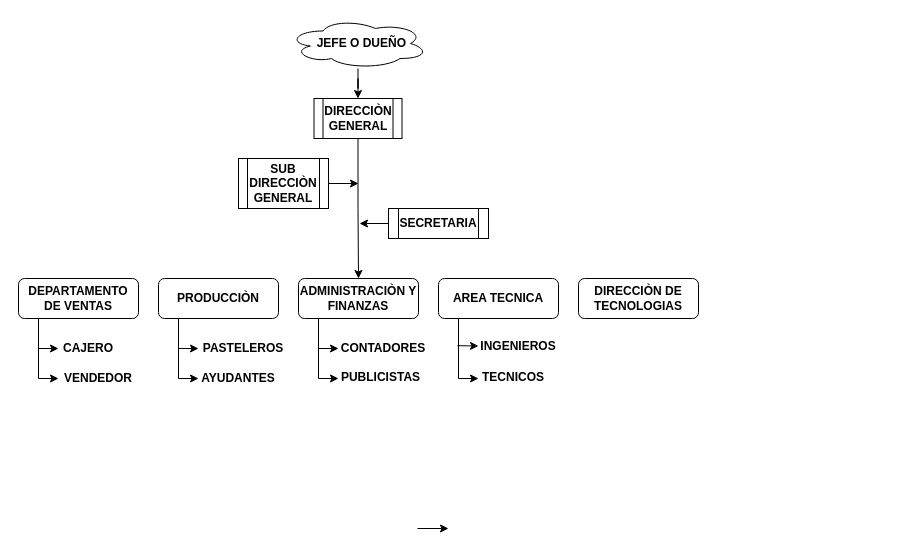
Before: EXPERIENCIAS.drawio in 74498402/Proyecto-Pagina-Web-Diagramas, a draw.io diagram. Source tidied: cells renumbered, new cells numbered last; positions are measured from the earlier drawing's top-left corner, leaving out a move shared by most shapes. Both pictures are drawn from the tidied source at 100%, with x=0, y=0 at pixel (18, 18).
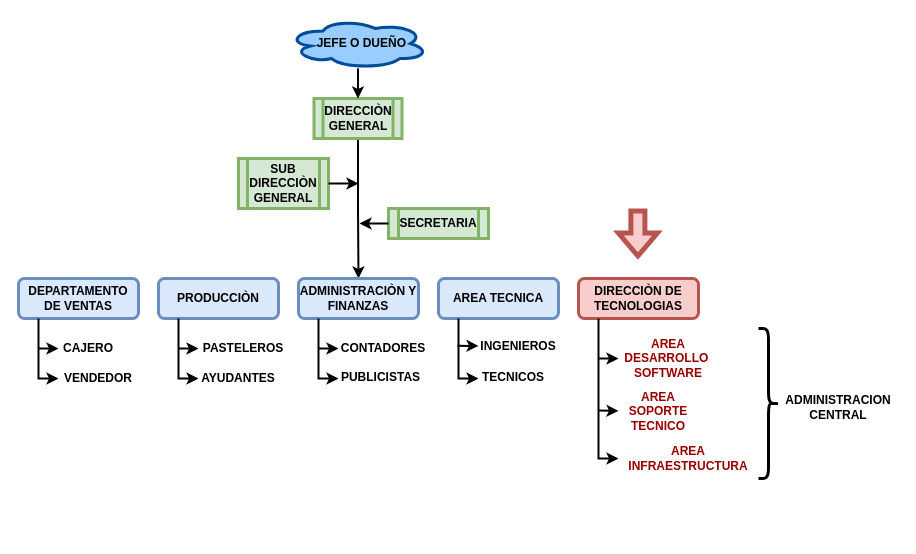
After the change.

The change refers to these unchanged cells:
```xml
<mxCell id="14" value="CONTADORES" style="text;html=1;strokeColor=none;fillColor=none;align=center;verticalAlign=middle;whiteSpace=wrap;rounded=0;fontSize=12;fontStyle=1;" parent="1" vertex="1">
  <mxGeometry x="320" y="315" width="90" height="30" as="geometry" />
</mxCell>
<mxCell id="16" value="CAJERO" style="text;html=1;strokeColor=none;fillColor=none;align=center;verticalAlign=middle;whiteSpace=wrap;rounded=0;fontSize=12;fontStyle=1;" parent="1" vertex="1">
  <mxGeometry x="40" y="315" width="60" height="30" as="geometry" />
</mxCell>
<mxCell id="17" value="VENDEDOR" style="text;html=1;strokeColor=none;fillColor=none;align=center;verticalAlign=middle;whiteSpace=wrap;rounded=0;fontSize=12;fontStyle=1;" parent="1" vertex="1">
  <mxGeometry x="40" y="342.5" width="80" height="35" as="geometry" />
</mxCell>
<mxCell id="23" value="PASTELEROS" style="text;html=1;strokeColor=none;fillColor=none;align=center;verticalAlign=middle;whiteSpace=wrap;rounded=0;fontSize=12;fontStyle=1;" parent="1" vertex="1">
  <mxGeometry x="180" y="315" width="90" height="30" as="geometry" />
</mxCell>
<mxCell id="26" value="INGENIEROS" style="text;html=1;strokeColor=none;fillColor=none;align=center;verticalAlign=middle;whiteSpace=wrap;rounded=0;fontSize=12;fontStyle=1;" parent="1" vertex="1">
  <mxGeometry x="460" y="312.5" width="80" height="30" as="geometry" />
</mxCell>
```

Diff of the diagram source:
```diff
@@
-    <mxCell id="2" style="edgeStyle=orthogonalEdgeStyle;rounded=0;jettySize=auto;html=1;exitX=0.5;exitY=1;exitDx=0;exitDy=0;entryX=0.5;entryY=0;entryDx=0;entryDy=0;fontSize=12;" parent="1" edge="1" source="3" target="10">
+    <mxCell id="2" style="edgeStyle=orthogonalEdgeStyle;rounded=0;jettySize=auto;html=1;exitX=0.5;exitY=1;exitDx=0;exitDy=0;entryX=0.5;entryY=0;entryDx=0;entryDy=0;fontSize=12;strokeWidth=2;" parent="1" edge="1" source="3" target="10">
       <mxGeometry relative="1" as="geometry" />
     </mxCell>
-    <mxCell id="3" value="&lt;font style=&quot;vertical-align: inherit; font-size: 12px;&quot;&gt;&lt;font style=&quot;vertical-align: inherit; font-size: 12px;&quot;&gt;DIRECCIÒN GENERAL&lt;/font&gt;&lt;/font&gt;" style="shape=process;whiteSpace=wrap;html=1;backgroundOutline=1;fontStyle=1;fontSize=12;" parent="1" vertex="1">
+    <mxCell id="3" value="&lt;font style=&quot;vertical-align: inherit; font-size: 12px;&quot;&gt;&lt;font style=&quot;vertical-align: inherit; font-size: 12px;&quot;&gt;DIRECCIÒN GENERAL&lt;/font&gt;&lt;/font&gt;" style="shape=process;whiteSpace=wrap;html=1;backgroundOutline=1;fontStyle=1;fontSize=12;fillColor=#d5e8d4;strokeColor=#82b366;strokeWidth=3;" parent="1" vertex="1">
       <mxGeometry x="295.5" y="80" width="88" height="40" as="geometry" />
     </mxCell>
-    <mxCell id="4" style="edgeStyle=orthogonalEdgeStyle;rounded=0;jettySize=auto;html=1;entryX=0.5;entryY=0;entryDx=0;entryDy=0;fontSize=12;" parent="1" edge="1" source="5" target="3">
+    <mxCell id="4" style="edgeStyle=orthogonalEdgeStyle;rounded=0;jettySize=auto;html=1;entryX=0.5;entryY=0;entryDx=0;entryDy=0;fontSize=12;strokeWidth=2;" parent="1" edge="1" source="5" target="3">
       <mxGeometry relative="1" as="geometry" />
     </mxCell>
-    <mxCell id="5" value="&lt;b&gt;&amp;nbsp; JEFE O DUEÑO&lt;/b&gt;" style="ellipse;shape=cloud;whiteSpace=wrap;html=1;" parent="1" vertex="1">
+    <mxCell id="5" value="&lt;b&gt;&amp;nbsp; JEFE O DUEÑO&lt;/b&gt;" style="ellipse;shape=cloud;whiteSpace=wrap;html=1;strokeColor=#004C99;strokeWidth=3;fillColor=#99CCFF;" parent="1" vertex="1">
       <mxGeometry x="269.5" width="140" height="50" as="geometry" />
     </mxCell>
-    <mxCell id="6" value="&lt;font style=&quot;vertical-align: inherit; font-size: 12px;&quot;&gt;&lt;font style=&quot;vertical-align: inherit; font-size: 12px;&quot;&gt;&lt;font style=&quot;vertical-align: inherit; font-size: 12px;&quot;&gt;&lt;font style=&quot;vertical-align: inherit; font-size: 12px;&quot;&gt;SUB DIRECCIÒN GENERAL&lt;/font&gt;&lt;/font&gt;&lt;/font&gt;&lt;/font&gt;" style="shape=process;whiteSpace=wrap;html=1;backgroundOutline=1;fontStyle=1;fontSize=12;" parent="1" vertex="1">
+    <mxCell id="6" value="&lt;font style=&quot;vertical-align: inherit; font-size: 12px;&quot;&gt;&lt;font style=&quot;vertical-align: inherit; font-size: 12px;&quot;&gt;&lt;font style=&quot;vertical-align: inherit; font-size: 12px;&quot;&gt;&lt;font style=&quot;vertical-align: inherit; font-size: 12px;&quot;&gt;SUB DIRECCIÒN GENERAL&lt;/font&gt;&lt;/font&gt;&lt;/font&gt;&lt;/font&gt;" style="shape=process;whiteSpace=wrap;html=1;backgroundOutline=1;fontStyle=1;fontSize=12;fillColor=#d5e8d4;strokeColor=#82b366;strokeWidth=3;" parent="1" vertex="1">
       <mxGeometry x="220" y="140" width="90" height="50" as="geometry" />
     </mxCell>
-    <mxCell id="7" value="&lt;font style=&quot;vertical-align: inherit; font-size: 12px;&quot;&gt;&lt;font style=&quot;vertical-align: inherit; font-size: 12px;&quot;&gt;SECRETARIA&lt;/font&gt;&lt;/font&gt;" style="shape=process;whiteSpace=wrap;html=1;backgroundOutline=1;fontStyle=1;fontSize=12;" parent="1" vertex="1">
+    <mxCell id="7" value="&lt;font style=&quot;vertical-align: inherit; font-size: 12px;&quot;&gt;&lt;font style=&quot;vertical-align: inherit; font-size: 12px;&quot;&gt;SECRETARIA&lt;/font&gt;&lt;/font&gt;" style="shape=process;whiteSpace=wrap;html=1;backgroundOutline=1;fontStyle=1;fontSize=12;fillColor=#d5e8d4;strokeColor=#82b366;strokeWidth=3;" parent="1" vertex="1">
       <mxGeometry x="370" y="190" width="100" height="30" as="geometry" />
     </mxCell>
-    <mxCell id="8" value="&lt;font style=&quot;vertical-align: inherit; font-size: 12px;&quot;&gt;&lt;font style=&quot;vertical-align: inherit; font-size: 12px;&quot;&gt;DEPARTAMENTO DE VENTAS&lt;/font&gt;&lt;/font&gt;" style="rounded=1;whiteSpace=wrap;html=1;fontStyle=1;fontSize=12;" parent="1" vertex="1">
+    <mxCell id="8" value="&lt;font style=&quot;vertical-align: inherit; font-size: 12px;&quot;&gt;&lt;font style=&quot;vertical-align: inherit; font-size: 12px;&quot;&gt;DEPARTAMENTO DE VENTAS&lt;/font&gt;&lt;/font&gt;" style="rounded=1;whiteSpace=wrap;html=1;fontStyle=1;fontSize=12;fillColor=#dae8fc;strokeColor=#6c8ebf;strokeWidth=3;" parent="1" vertex="1">
       <mxGeometry y="260" width="120" height="40" as="geometry" />
     </mxCell>
-    <mxCell id="9" value="&lt;font style=&quot;vertical-align: inherit ; font-size: 12px&quot;&gt;&lt;font style=&quot;vertical-align: inherit ; font-size: 12px&quot;&gt;PRODUCCIÒN&lt;/font&gt;&lt;/font&gt;" style="rounded=1;whiteSpace=wrap;html=1;fontStyle=1;fontSize=12;" parent="1" vertex="1">
+    <mxCell id="9" value="&lt;font style=&quot;vertical-align: inherit ; font-size: 12px&quot;&gt;&lt;font style=&quot;vertical-align: inherit ; font-size: 12px&quot;&gt;PRODUCCIÒN&lt;/font&gt;&lt;/font&gt;" style="rounded=1;whiteSpace=wrap;html=1;fontStyle=1;fontSize=12;fillColor=#dae8fc;strokeColor=#6c8ebf;strokeWidth=3;" parent="1" vertex="1">
       <mxGeometry x="140" y="260" width="120" height="40" as="geometry" />
     </mxCell>
-    <mxCell id="10" value="&lt;font style=&quot;vertical-align: inherit; font-size: 12px;&quot;&gt;&lt;font style=&quot;vertical-align: inherit; font-size: 12px;&quot;&gt;ADMINISTRACIÒN Y FINANZAS&lt;/font&gt;&lt;/font&gt;" style="rounded=1;whiteSpace=wrap;html=1;fontStyle=1;fontSize=12;" parent="1" vertex="1">
+    <mxCell id="10" value="&lt;font style=&quot;vertical-align: inherit; font-size: 12px;&quot;&gt;&lt;font style=&quot;vertical-align: inherit; font-size: 12px;&quot;&gt;ADMINISTRACIÒN Y FINANZAS&lt;/font&gt;&lt;/font&gt;" style="rounded=1;whiteSpace=wrap;html=1;fontStyle=1;fontSize=12;fillColor=#dae8fc;strokeColor=#6c8ebf;strokeWidth=3;" parent="1" vertex="1">
       <mxGeometry x="280" y="260" width="120" height="40" as="geometry" />
     </mxCell>
-    <mxCell id="11" value="&lt;font style=&quot;vertical-align: inherit; font-size: 12px;&quot;&gt;&lt;font style=&quot;vertical-align: inherit; font-size: 12px;&quot;&gt;AREA TECNICA&lt;/font&gt;&lt;/font&gt;" style="rounded=1;whiteSpace=wrap;html=1;fontStyle=1;fontSize=12;" parent="1" vertex="1">
+    <mxCell id="11" value="&lt;font style=&quot;vertical-align: inherit; font-size: 12px;&quot;&gt;&lt;font style=&quot;vertical-align: inherit; font-size: 12px;&quot;&gt;AREA TECNICA&lt;/font&gt;&lt;/font&gt;" style="rounded=1;whiteSpace=wrap;html=1;fontStyle=1;fontSize=12;fillColor=#dae8fc;strokeColor=#6c8ebf;strokeWidth=3;" parent="1" vertex="1">
       <mxGeometry x="420" y="260" width="120" height="40" as="geometry" />
     </mxCell>
-    <mxCell id="12" value="&lt;font style=&quot;vertical-align: inherit; font-size: 12px;&quot;&gt;&lt;font style=&quot;vertical-align: inherit; font-size: 12px;&quot;&gt;DIRECCIÒN DE TECNOLOGIAS&lt;/font&gt;&lt;/font&gt;" style="rounded=1;whiteSpace=wrap;html=1;fontStyle=1;fontSize=12;" parent="1" vertex="1">
+    <mxCell id="12" value="&lt;font style=&quot;vertical-align: inherit; font-size: 12px;&quot;&gt;&lt;font style=&quot;vertical-align: inherit; font-size: 12px;&quot;&gt;DIRECCIÒN DE TECNOLOGIAS&lt;/font&gt;&lt;/font&gt;" style="rounded=1;whiteSpace=wrap;html=1;fontStyle=1;fontSize=12;fillColor=#f8cecc;strokeColor=#b85450;strokeWidth=3;" parent="1" vertex="1">
       <mxGeometry x="560" y="260" width="120" height="40" as="geometry" />
     </mxCell>
-    <mxCell id="13" style="endArrow=classic;html=1;rounded=0;fontSize=12;entryX=0;entryY=0.5;entryDx=0;entryDy=0;" parent="1" edge="1" target="17">
+    <mxCell id="13" style="endArrow=classic;html=1;rounded=0;fontSize=12;entryX=0;entryY=0.5;entryDx=0;entryDy=0;strokeWidth=2;" parent="1" edge="1" target="17">
       <mxGeometry relative="1" as="geometry">
         <mxPoint x="20" y="300" as="sourcePoint" />
         <Array as="points">
           <mxPoint x="20" y="360" />
         </Array>
       </mxGeometry>
     </mxCell>
@@
-    <mxCell id="18" style="endArrow=classic;html=1;rounded=0;fontSize=12;entryX=0;entryY=0.5;entryDx=0;entryDy=0;" parent="1" edge="1" target="16">
+    <mxCell id="18" style="endArrow=classic;html=1;rounded=0;fontSize=12;entryX=0;entryY=0.5;entryDx=0;entryDy=0;strokeWidth=2;" parent="1" edge="1" target="16">
       <mxGeometry relative="1" as="geometry">
         <mxPoint x="20" y="330" as="sourcePoint" />
       </mxGeometry>
     </mxCell>
-    <mxCell id="19" style="endArrow=classic;html=1;rounded=0;fontSize=12;entryX=0;entryY=0.5;entryDx=0;entryDy=0;" parent="1" edge="1">
+    <mxCell id="19" style="endArrow=classic;html=1;rounded=0;fontSize=12;entryX=0;entryY=0.5;entryDx=0;entryDy=0;strokeWidth=2;" parent="1" edge="1">
       <mxGeometry relative="1" as="geometry">
         <mxPoint x="160" y="300" as="sourcePoint" />
         <mxPoint x="180" y="360" as="targetPoint" />
         <Array as="points">
           <mxPoint x="160" y="360" />
         </Array>
       </mxGeometry>
     </mxCell>
-    <mxCell id="20" style="endArrow=classic;html=1;rounded=0;fontSize=12;entryX=0;entryY=0.5;entryDx=0;entryDy=0;" parent="1" edge="1">
+    <mxCell id="20" style="endArrow=classic;html=1;rounded=0;fontSize=12;entryX=0;entryY=0.5;entryDx=0;entryDy=0;strokeWidth=2;" parent="1" edge="1">
       <mxGeometry relative="1" as="geometry">
         <mxPoint x="300" y="300" as="sourcePoint" />
         <mxPoint x="320" y="360" as="targetPoint" />
         <Array as="points">
           <mxPoint x="300" y="360" />
         </Array>
       </mxGeometry>
     </mxCell>
-    <mxCell id="21" style="endArrow=classic;html=1;rounded=0;fontSize=12;entryX=0;entryY=0.5;entryDx=0;entryDy=0;" parent="1" edge="1">
+    <mxCell id="21" style="endArrow=classic;html=1;rounded=0;fontSize=12;entryX=0;entryY=0.5;entryDx=0;entryDy=0;strokeWidth=2;" parent="1" edge="1">
       <mxGeometry relative="1" as="geometry">
         <mxPoint x="440" y="300" as="sourcePoint" />
         <mxPoint x="460" y="360" as="targetPoint" />
         <Array as="points">
           <mxPoint x="440" y="360" />
         </Array>
       </mxGeometry>
     </mxCell>
-    <mxCell id="22" style="endArrow=classic;html=1;rounded=0;fontSize=12;entryX=0;entryY=0.5;entryDx=0;entryDy=0;fontStyle=1;" parent="1" edge="1" target="23">
+    <mxCell id="22" style="endArrow=classic;html=1;rounded=0;fontSize=12;entryX=0;entryY=0.5;entryDx=0;entryDy=0;fontStyle=1;strokeWidth=2;" parent="1" edge="1" target="23">
       <mxGeometry relative="1" as="geometry">
         <mxPoint x="160" y="330" as="sourcePoint" />
         <Array as="points">
           <mxPoint x="180" y="330" />
         </Array>
       </mxGeometry>
     </mxCell>
@@
-    <mxCell id="25" style="endArrow=classic;html=1;rounded=0;fontSize=12;entryX=0;entryY=0.5;entryDx=0;entryDy=0;" parent="1" edge="1" target="14">
+    <mxCell id="25" style="endArrow=classic;html=1;rounded=0;fontSize=12;entryX=0;entryY=0.5;entryDx=0;entryDy=0;strokeWidth=2;" parent="1" edge="1" target="14">
       <mxGeometry relative="1" as="geometry">
         <mxPoint x="300" y="330" as="sourcePoint" />
         <Array as="points">
           <mxPoint x="300" y="330" />
         </Array>
       </mxGeometry>
     </mxCell>
@@
-    <mxCell id="28" style="endArrow=classic;html=1;rounded=0;fontSize=12;entryX=0;entryY=0.5;entryDx=0;entryDy=0;" parent="1" edge="1" target="26">
+    <mxCell id="28" style="endArrow=classic;html=1;rounded=0;fontSize=12;entryX=0;entryY=0.5;entryDx=0;entryDy=0;strokeWidth=2;" parent="1" edge="1" target="26">
       <mxGeometry relative="1" as="geometry">
         <mxPoint x="439" y="327.2" as="sourcePoint" />
       </mxGeometry>
     </mxCell>
-    <mxCell id="29" style="endArrow=classic;html=1;rounded=0;fontSize=12;exitX=0;exitY=0.5;exitDx=0;exitDy=0;" parent="1" edge="1" source="7">
+    <mxCell id="29" style="endArrow=classic;html=1;rounded=0;fontSize=12;exitX=0;exitY=0.5;exitDx=0;exitDy=0;strokeWidth=2;" parent="1" edge="1" source="7">
       <mxGeometry relative="1" as="geometry">
         <mxPoint x="341" y="205" as="targetPoint" />
       </mxGeometry>
     </mxCell>
-    <mxCell id="30" style="endArrow=classic;html=1;rounded=0;fontSize=12;exitX=1;exitY=0.5;exitDx=0;exitDy=0;" parent="1" edge="1" source="6">
+    <mxCell id="30" style="endArrow=classic;html=1;rounded=0;fontSize=12;exitX=1;exitY=0.5;exitDx=0;exitDy=0;strokeWidth=2;" parent="1" edge="1" source="6">
       <mxGeometry relative="1" as="geometry">
         <mxPoint x="340" y="165" as="targetPoint" />
       </mxGeometry>
     </mxCell>
-    <mxCell id="31" style="endArrow=classic;html=1;rounded=0;fontSize=12;" parent="1" edge="1">
+    <mxCell id="31" style="endArrow=classic;html=1;rounded=0;fontSize=12;entryX=0;entryY=0.5;entryDx=0;entryDy=0;strokeWidth=2;" parent="1" edge="1" target="32">
       <mxGeometry relative="1" as="geometry">
-        <mxPoint x="399" y="510" as="sourcePoint" />
-        <mxPoint x="430" y="510" as="targetPoint" />
+        <mxPoint x="580" y="340" as="sourcePoint" />
       </mxGeometry>
     </mxCell>
+    <mxCell id="32" value="&lt;font color=&quot;#990000&quot;&gt;AREA DESARROLLO&amp;nbsp; SOFTWARE&lt;/font&gt;" style="text;html=1;strokeColor=none;fillColor=none;align=center;verticalAlign=middle;whiteSpace=wrap;rounded=0;fontSize=12;fontStyle=1;" parent="1" vertex="1">
+      <mxGeometry x="600" y="312.5" width="100" height="55" as="geometry" />
+    </mxCell>
+    <mxCell id="33" value="&lt;font color=&quot;#990000&quot;&gt;AREA SOPORTE TECNICO&lt;/font&gt;" style="text;html=1;strokeColor=none;fillColor=none;align=center;verticalAlign=middle;whiteSpace=wrap;rounded=0;fontSize=12;fontStyle=1;" parent="1" vertex="1">
+      <mxGeometry x="600" y="367.5" width="80" height="50" as="geometry" />
+    </mxCell>
+    <mxCell id="34" value="&lt;font color=&quot;#990000&quot;&gt;AREA INFRAESTRUCTURA&lt;/font&gt;" style="text;html=1;strokeColor=none;fillColor=none;align=center;verticalAlign=middle;whiteSpace=wrap;rounded=0;fontSize=12;fontStyle=1;" parent="1" vertex="1">
+      <mxGeometry x="600" y="420" width="140" height="40" as="geometry" />
+    </mxCell>
+    <mxCell id="35" style="endArrow=classic;html=1;rounded=0;fontSize=12;entryX=0;entryY=0.5;entryDx=0;entryDy=0;strokeWidth=2;" parent="1" edge="1" target="34">
+      <mxGeometry relative="1" as="geometry">
+        <mxPoint x="580" y="300" as="sourcePoint" />
+        <Array as="points">
+          <mxPoint x="580" y="440" />
+        </Array>
+      </mxGeometry>
+    </mxCell>
+    <mxCell id="36" style="endArrow=classic;html=1;rounded=0;fontSize=12;entryX=0;entryY=0.5;entryDx=0;entryDy=0;strokeWidth=2;" parent="1" edge="1" target="33">
+      <mxGeometry relative="1" as="geometry">
+        <mxPoint x="580" y="392" as="sourcePoint" />
+      </mxGeometry>
+    </mxCell>
+    <mxCell id="37" style="shape=curlyBracket;whiteSpace=wrap;html=1;rounded=1;flipH=1;fontSize=12;strokeWidth=3;" parent="1" vertex="1">
+      <mxGeometry x="740" y="310" width="20" height="150" as="geometry" />
+    </mxCell>
+    <mxCell id="38" value="ADMINISTRACION CENTRAL" style="text;html=1;strokeColor=none;fillColor=none;align=center;verticalAlign=middle;whiteSpace=wrap;rounded=0;fontSize=12;fontStyle=1;" parent="1" vertex="1">
+      <mxGeometry x="760" y="373.8" width="120" height="30" as="geometry" />
+    </mxCell>
+    <mxCell id="39" style="shape=flexArrow;endArrow=classic;html=1;rounded=0;fontSize=12;fontColor=#990000;strokeWidth=5;fillColor=#f8cecc;strokeColor=#b85450;" parent="1" edge="1">
+      <mxGeometry relative="1" as="geometry">
+        <mxPoint x="619.4" y="190" as="sourcePoint" />
+        <mxPoint x="619.4" y="240" as="targetPoint" />
+      </mxGeometry>
+    </mxCell>
```
